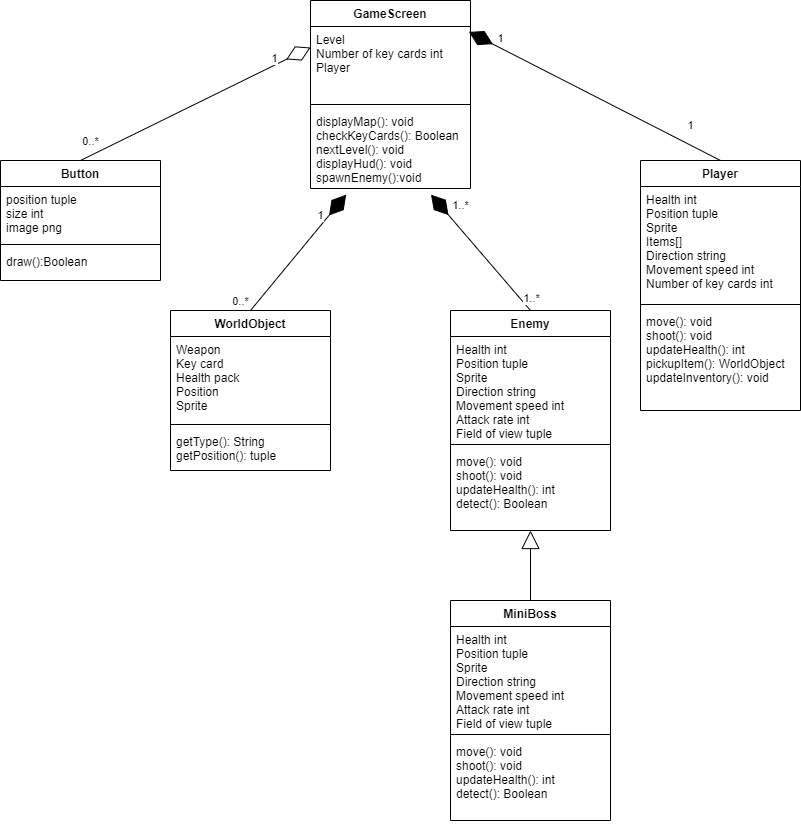
Earlier version of the draw.io export ClassDiagram.drawio.png (BillQuain/Tactical_Chicken). Source tidied: cells renumbered, new cells last; positions are measured from the earlier drawing's top-left corner, leaving out a move shared by most shapes.
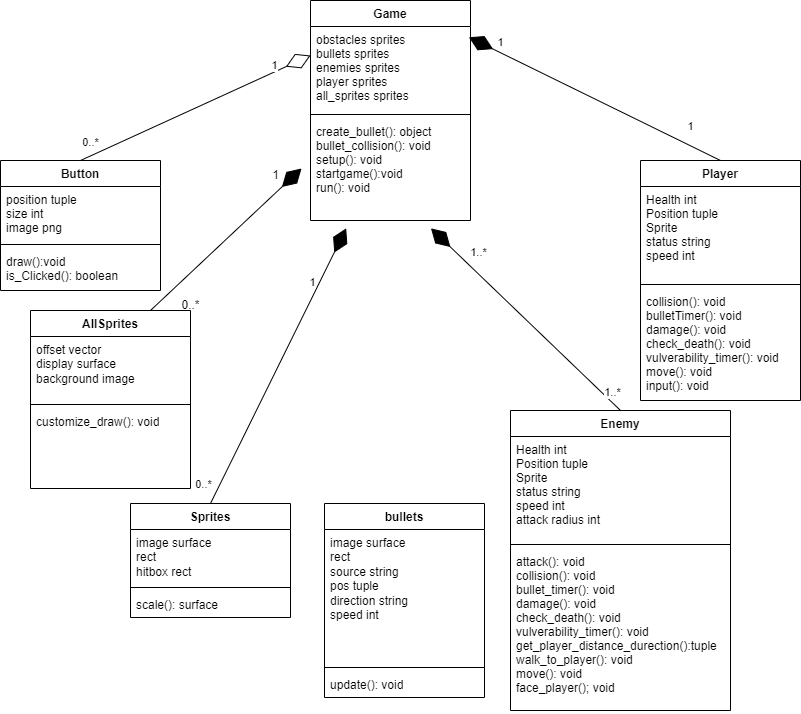
After the change.

Change to the diagram source:
```diff
@@ -3,7 +3,7 @@
     <mxCell id="0" />
     <mxCell id="1" parent="0" />
     <mxCell id="2" value="Button" style="swimlane;fontStyle=1;align=center;verticalAlign=top;horizontal=1;startSize=26;" parent="1" vertex="1">
-      <mxGeometry y="160" width="160" height="120" as="geometry" />
+      <mxGeometry y="160" width="160" height="130" as="geometry" />
     </mxCell>
     <mxCell id="3" value="position tuple&#10;size int&#10;image png" style="text;strokeColor=none;fillColor=none;align=left;verticalAlign=top;spacingLeft=4;spacingRight=4;overflow=hidden;" parent="2" vertex="1">
       <mxGeometry y="26" width="160" height="54" as="geometry" />
@@ -11,58 +11,46 @@
     <mxCell id="4" style="line;strokeWidth=1;fillColor=none;align=left;verticalAlign=middle;spacingTop=-1;spacingLeft=3;spacingRight=3;labelPosition=right;strokeColor=inherit;" parent="2" vertex="1">
       <mxGeometry y="80" width="160" height="8" as="geometry" />
     </mxCell>
-    <mxCell id="5" value="draw():Boolean" style="text;strokeColor=none;fillColor=none;align=left;verticalAlign=top;spacingLeft=4;spacingRight=4;overflow=hidden;" parent="2" vertex="1">
-      <mxGeometry y="88" width="160" height="32" as="geometry" />
+    <mxCell id="5" value="draw():void&#10;is_Clicked(): boolean" style="text;strokeColor=none;fillColor=none;align=left;verticalAlign=top;spacingLeft=4;spacingRight=4;overflow=hidden;" parent="2" vertex="1">
+      <mxGeometry y="88" width="160" height="42" as="geometry" />
     </mxCell>
     <mxCell id="6" value="Player" style="swimlane;fontStyle=1;align=center;verticalAlign=top;horizontal=1;startSize=26;" parent="1" vertex="1">
-      <mxGeometry x="640" y="160" width="160" height="250" as="geometry" />
+      <mxGeometry x="640" y="160" width="160" height="240" as="geometry" />
     </mxCell>
-    <mxCell id="7" value="Health int&#10;Position tuple&#10;Sprite&#10;Items[] &#10;Direction string&#10;Movement speed int&#10;Number of key cards int" style="text;strokeColor=none;fillColor=none;align=left;verticalAlign=top;spacingLeft=4;spacingRight=4;overflow=hidden;" parent="6" vertex="1">
-      <mxGeometry y="26" width="160" height="114" as="geometry" />
+    <mxCell id="7" value="Health int&#10;Position tuple&#10;Sprite&#10;status string&#10;speed int" style="text;strokeColor=none;fillColor=none;align=left;verticalAlign=top;spacingLeft=4;spacingRight=4;overflow=hidden;" parent="6" vertex="1">
+      <mxGeometry y="26" width="160" height="94" as="geometry" />
     </mxCell>
     <mxCell id="8" style="line;strokeWidth=1;fillColor=none;align=left;verticalAlign=middle;spacingTop=-1;spacingLeft=3;spacingRight=3;labelPosition=right;strokeColor=inherit;" parent="6" vertex="1">
-      <mxGeometry y="140" width="160" height="8" as="geometry" />
+      <mxGeometry y="120" width="160" height="8" as="geometry" />
     </mxCell>
-    <mxCell id="9" value="move(): void&#10;shoot(): void&#10;updateHealth(): int&#10;pickupItem(): WorldObject&#10;updateInventory(): void" style="text;strokeColor=none;fillColor=none;align=left;verticalAlign=top;spacingLeft=4;spacingRight=4;overflow=hidden;" parent="6" vertex="1">
-      <mxGeometry y="148" width="160" height="102" as="geometry" />
+    <mxCell id="9" value="collision(): void&#10;bulletTimer(): void&#10;damage(): void&#10;check_death(): void&#10;vulverability_timer(): void&#10;move(): void&#10;input(): void&#10;" style="text;strokeColor=none;fillColor=none;align=left;verticalAlign=top;spacingLeft=4;spacingRight=4;overflow=hidden;" parent="6" vertex="1">
+      <mxGeometry y="128" width="160" height="112" as="geometry" />
     </mxCell>
     <mxCell id="10" value="Enemy" style="swimlane;fontStyle=1;align=center;verticalAlign=top;horizontal=1;startSize=26;" parent="1" vertex="1">
-      <mxGeometry x="450" y="310" width="160" height="220" as="geometry" />
+      <mxGeometry x="510" y="410" width="220" height="300" as="geometry" />
     </mxCell>
-    <mxCell id="11" value="Health int&#10;Position tuple&#10;Sprite&#10;Direction string&#10;Movement speed int&#10;Attack rate int&#10;Field of view tuple" style="text;strokeColor=none;fillColor=none;align=left;verticalAlign=top;spacingLeft=4;spacingRight=4;overflow=hidden;" parent="10" vertex="1">
-      <mxGeometry y="26" width="160" height="104" as="geometry" />
+    <mxCell id="11" value="Health int&#10;Position tuple&#10;Sprite&#10;status string&#10;speed int&#10;attack radius int" style="text;strokeColor=none;fillColor=none;align=left;verticalAlign=top;spacingLeft=4;spacingRight=4;overflow=hidden;" parent="10" vertex="1">
+      <mxGeometry y="26" width="220" height="104" as="geometry" />
     </mxCell>
     <mxCell id="12" style="line;strokeWidth=1;fillColor=none;align=left;verticalAlign=middle;spacingTop=-1;spacingLeft=3;spacingRight=3;labelPosition=right;strokeColor=inherit;" parent="10" vertex="1">
-      <mxGeometry y="130" width="160" height="8" as="geometry" />
+      <mxGeometry y="130" width="220" height="8" as="geometry" />
     </mxCell>
-    <mxCell id="13" value="move(): void&#10;shoot(): void&#10;updateHealth(): int&#10;detect(): Boolean" style="text;strokeColor=none;fillColor=none;align=left;verticalAlign=top;spacingLeft=4;spacingRight=4;overflow=hidden;" parent="10" vertex="1">
-      <mxGeometry y="138" width="160" height="82" as="geometry" />
+    <mxCell id="13" value="attack(): void&#10;collision(): void&#10;bullet_timer(): void&#10;damage(): void&#10;check_death(): void&#10;vulverability_timer(): void&#10;get_player_distance_durection():tuple&#10;walk_to_player(): void&#10;move(): void&#10;face_player(); void" style="text;strokeColor=none;fillColor=none;align=left;verticalAlign=top;spacingLeft=4;spacingRight=4;overflow=hidden;" parent="10" vertex="1">
+      <mxGeometry y="138" width="220" height="162" as="geometry" />
     </mxCell>
-    <mxCell id="14" value="WorldObject" style="swimlane;fontStyle=1;align=center;verticalAlign=top;horizontal=1;startSize=26;" parent="1" vertex="1">
-      <mxGeometry x="170" y="310" width="160" height="160" as="geometry" />
-    </mxCell>
-    <mxCell id="15" value="Weapon &#10;Key card&#10;Health pack&#10;Position&#10;Sprite" style="text;strokeColor=none;fillColor=none;align=left;verticalAlign=top;spacingLeft=4;spacingRight=4;overflow=hidden;" parent="14" vertex="1">
-      <mxGeometry y="26" width="160" height="84" as="geometry" />
-    </mxCell>
-    <mxCell id="16" style="line;strokeWidth=1;fillColor=none;align=left;verticalAlign=middle;spacingTop=-1;spacingLeft=3;spacingRight=3;labelPosition=right;strokeColor=inherit;" parent="14" vertex="1">
-      <mxGeometry y="110" width="160" height="8" as="geometry" />
-    </mxCell>
-    <mxCell id="17" value="getType(): String&#10;getPosition(): tuple&#10;" style="text;strokeColor=none;fillColor=none;align=left;verticalAlign=top;spacingLeft=4;spacingRight=4;overflow=hidden;" parent="14" vertex="1">
-      <mxGeometry y="118" width="160" height="42" as="geometry" />
-    </mxCell>
-    <mxCell id="18" value="GameScreen" style="swimlane;fontStyle=1;align=center;verticalAlign=top;horizontal=1;startSize=26;" parent="1" vertex="1">
-      <mxGeometry x="310" width="160" height="188" as="geometry" />
+    <mxCell id="18" value="Game" style="swimlane;fontStyle=1;align=center;verticalAlign=top;horizontal=1;startSize=26;" parent="1" vertex="1">
+      <mxGeometry x="310" width="160" height="220" as="geometry" />
     </mxCell>
-    <mxCell id="19" value="Level &#10;Number of key cards int&#10;Player" style="text;strokeColor=none;fillColor=none;align=left;verticalAlign=top;spacingLeft=4;spacingRight=4;overflow=hidden;" parent="18" vertex="1">
-      <mxGeometry y="26" width="160" height="74" as="geometry" />
+    <mxCell id="19" value="obstacles sprites&#10;bullets sprites&#10;enemies sprites&#10;player sprites&#10;all_sprites sprites" style="text;strokeColor=none;fillColor=none;align=left;verticalAlign=top;spacingLeft=4;spacingRight=4;overflow=hidden;" parent="18" vertex="1">
+      <mxGeometry y="26" width="160" height="84" as="geometry" />
     </mxCell>
     <mxCell id="20" style="line;strokeWidth=1;fillColor=none;align=left;verticalAlign=middle;spacingTop=-1;spacingLeft=3;spacingRight=3;labelPosition=right;strokeColor=inherit;" parent="18" vertex="1">
-      <mxGeometry y="100" width="160" height="8" as="geometry" />
+      <mxGeometry y="110" width="160" height="8" as="geometry" />
     </mxCell>
-    <mxCell id="21" value="displayMap(): void&#10;checkKeyCards(): Boolean&#10;nextLevel(): void&#10;displayHud(): void&#10;spawnEnemy():void&#10;" style="text;strokeColor=none;fillColor=none;align=left;verticalAlign=top;spacingLeft=4;spacingRight=4;overflow=hidden;points=[[0,0.5],[1,0.5]];portConstraint=eastwest;" parent="18" vertex="1">
-      <mxGeometry y="108" width="160" height="80" as="geometry" />
+    <mxCell id="21" value="create_bullet(): object&#10;bullet_collision(): void&#10;setup(): void&#10;startgame():void&#10;run(): void" style="text;strokeColor=none;fillColor=none;align=left;verticalAlign=top;spacingLeft=4;spacingRight=4;overflow=hidden;points=[[0,0.5],[1,0.5]];portConstraint=eastwest;" parent="18" vertex="1">
+      <mxGeometry y="118" width="160" height="102" as="geometry" />
     </mxCell>
-    <mxCell id="22" style="endArrow=diamondThin;endFill=1;endSize=24;html=1;rounded=0;exitX=0.5;exitY=0;exitDx=0;exitDy=0;entryX=0.223;entryY=1.077;entryDx=0;entryDy=0;entryPerimeter=0;" parent="1" edge="1" source="14" target="21">
+    <mxCell id="22" style="endArrow=diamondThin;endFill=1;endSize=24;html=1;rounded=0;exitX=0.5;exitY=0;exitDx=0;exitDy=0;entryX=0.223;entryY=1.077;entryDx=0;entryDy=0;entryPerimeter=0;" parent="1" edge="1" source="43" target="21">
       <mxGeometry relative="1" as="geometry" />
     </mxCell>
     <mxCell id="23" value="1" style="edgeLabel;html=1;align=center;verticalAlign=middle;" parent="22" vertex="1">
@@ -114,23 +102,50 @@
         <mxPoint x="7" as="offset" />
       </mxGeometry>
     </mxCell>
-    <mxCell id="34" style="endArrow=block;endSize=16;endFill=0;html=1;rounded=0;exitX=0.5;exitY=0;exitDx=0;exitDy=0;" parent="1" edge="1">
-      <mxGeometry relative="1" as="geometry">
-        <mxPoint x="530" y="600" as="sourcePoint" />
-        <mxPoint x="530" y="530" as="targetPoint" />
-      </mxGeometry>
-    </mxCell>
-    <mxCell id="35" value="MiniBoss" style="swimlane;fontStyle=1;align=center;verticalAlign=top;horizontal=1;startSize=26;" parent="1" vertex="1">
-      <mxGeometry x="450" y="600" width="160" height="220" as="geometry" />
-    </mxCell>
-    <mxCell id="36" value="Health int&#10;Position tuple&#10;Sprite&#10;Direction string&#10;Movement speed int&#10;Attack rate int&#10;Field of view tuple" style="text;strokeColor=none;fillColor=none;align=left;verticalAlign=top;spacingLeft=4;spacingRight=4;overflow=hidden;" parent="35" vertex="1">
-      <mxGeometry y="26" width="160" height="104" as="geometry" />
-    </mxCell>
-    <mxCell id="37" style="line;strokeWidth=1;fillColor=none;align=left;verticalAlign=middle;spacingTop=-1;spacingLeft=3;spacingRight=3;labelPosition=right;strokeColor=inherit;" parent="35" vertex="1">
-      <mxGeometry y="130" width="160" height="8" as="geometry" />
-    </mxCell>
-    <mxCell id="38" value="move(): void&#10;shoot(): void&#10;updateHealth(): int&#10;detect(): Boolean" style="text;strokeColor=none;fillColor=none;align=left;verticalAlign=top;spacingLeft=4;spacingRight=4;overflow=hidden;" parent="35" vertex="1">
-      <mxGeometry y="138" width="160" height="82" as="geometry" />
-    </mxCell>
+    <mxCell id="39" value="AllSprites" style="swimlane;fontStyle=1;align=center;verticalAlign=top;horizontal=1;startSize=26;whiteSpace=wrap;html=1;" parent="1" vertex="1">
+      <mxGeometry x="30" y="310" width="160" height="178" as="geometry" />
+    </mxCell>
+    <mxCell id="40" value="offset vector&lt;br&gt;display surface&amp;nbsp;&lt;br&gt;background image" style="text;strokeColor=none;fillColor=none;align=left;verticalAlign=top;spacingLeft=4;spacingRight=4;overflow=hidden;whiteSpace=wrap;html=1;" parent="39" vertex="1">
+      <mxGeometry y="26" width="160" height="64" as="geometry" />
+    </mxCell>
+    <mxCell id="41" style="line;strokeWidth=1;fillColor=none;align=left;verticalAlign=middle;spacingTop=-1;spacingLeft=3;spacingRight=3;labelPosition=right;strokeColor=inherit;" parent="39" vertex="1">
+      <mxGeometry y="90" width="160" height="8" as="geometry" />
+    </mxCell>
+    <mxCell id="42" value="customize_draw(): void" style="text;strokeColor=none;fillColor=none;align=left;verticalAlign=top;spacingLeft=4;spacingRight=4;overflow=hidden;whiteSpace=wrap;html=1;" parent="39" vertex="1">
+      <mxGeometry y="98" width="160" height="80" as="geometry" />
+    </mxCell>
+    <mxCell id="43" value="Sprites" style="swimlane;fontStyle=1;align=center;verticalAlign=top;horizontal=1;startSize=26;whiteSpace=wrap;html=1;" parent="1" vertex="1">
+      <mxGeometry x="130" y="503" width="160" height="114" as="geometry" />
+    </mxCell>
+    <mxCell id="44" value="image surface&lt;br&gt;rect&lt;br&gt;hitbox rect" style="text;strokeColor=none;fillColor=none;align=left;verticalAlign=top;spacingLeft=4;spacingRight=4;overflow=hidden;whiteSpace=wrap;html=1;" parent="43" vertex="1">
+      <mxGeometry y="26" width="160" height="54" as="geometry" />
+    </mxCell>
+    <mxCell id="45" style="line;strokeWidth=1;fillColor=none;align=left;verticalAlign=middle;spacingTop=-1;spacingLeft=3;spacingRight=3;labelPosition=right;strokeColor=inherit;" parent="43" vertex="1">
+      <mxGeometry y="80" width="160" height="8" as="geometry" />
+    </mxCell>
+    <mxCell id="46" value="scale(): surface" style="text;strokeColor=none;fillColor=none;align=left;verticalAlign=top;spacingLeft=4;spacingRight=4;overflow=hidden;whiteSpace=wrap;html=1;" parent="43" vertex="1">
+      <mxGeometry y="88" width="160" height="26" as="geometry" />
+    </mxCell>
+    <mxCell id="47" style="endArrow=diamondThin;endFill=1;endSize=24;html=1;rounded=0;exitX=0.75;exitY=0;exitDx=0;exitDy=0;entryX=-0.056;entryY=0.49;entryDx=0;entryDy=0;entryPerimeter=0;" parent="1" edge="1" source="39" target="21">
+      <mxGeometry relative="1" as="geometry" />
+    </mxCell>
+    <mxCell id="48" value="1" style="text;html=1;align=center;verticalAlign=middle;strokeColor=none;fillColor=none;" parent="1" vertex="1">
+      <mxGeometry x="260" y="160" width="30" height="30" as="geometry" />
+    </mxCell>
+    <mxCell id="49" value="0..*" style="text;html=1;align=center;verticalAlign=middle;strokeColor=none;fillColor=none;" parent="1" vertex="1">
+      <mxGeometry x="170" y="290" width="40" height="30" as="geometry" />
+    </mxCell>
+    <mxCell id="50" value="bullets" style="swimlane;fontStyle=1;align=center;verticalAlign=top;horizontal=1;startSize=26;whiteSpace=wrap;html=1;" parent="1" vertex="1">
+      <mxGeometry x="324" y="503" width="160" height="194" as="geometry" />
+    </mxCell>
+    <mxCell id="51" value="image surface&lt;br&gt;rect&amp;nbsp;&lt;br&gt;source string&lt;br&gt;pos tuple&lt;br&gt;direction string&lt;br&gt;speed int&lt;br&gt;" style="text;strokeColor=none;fillColor=none;align=left;verticalAlign=top;spacingLeft=4;spacingRight=4;overflow=hidden;whiteSpace=wrap;html=1;" parent="50" vertex="1">
+      <mxGeometry y="26" width="160" height="134" as="geometry" />
+    </mxCell>
+    <mxCell id="52" style="line;strokeWidth=1;fillColor=none;align=left;verticalAlign=middle;spacingTop=-1;spacingLeft=3;spacingRight=3;labelPosition=right;strokeColor=inherit;" parent="50" vertex="1">
+      <mxGeometry y="160" width="160" height="8" as="geometry" />
+    </mxCell>
+    <mxCell id="53" value="update(): void" style="text;strokeColor=none;fillColor=none;align=left;verticalAlign=top;spacingLeft=4;spacingRight=4;overflow=hidden;whiteSpace=wrap;html=1;" parent="50" vertex="1">
+      <mxGeometry y="168" width="160" height="26" as="geometry" />
+    </mxCell>
   </root>
 </mxGraphModel>
```
